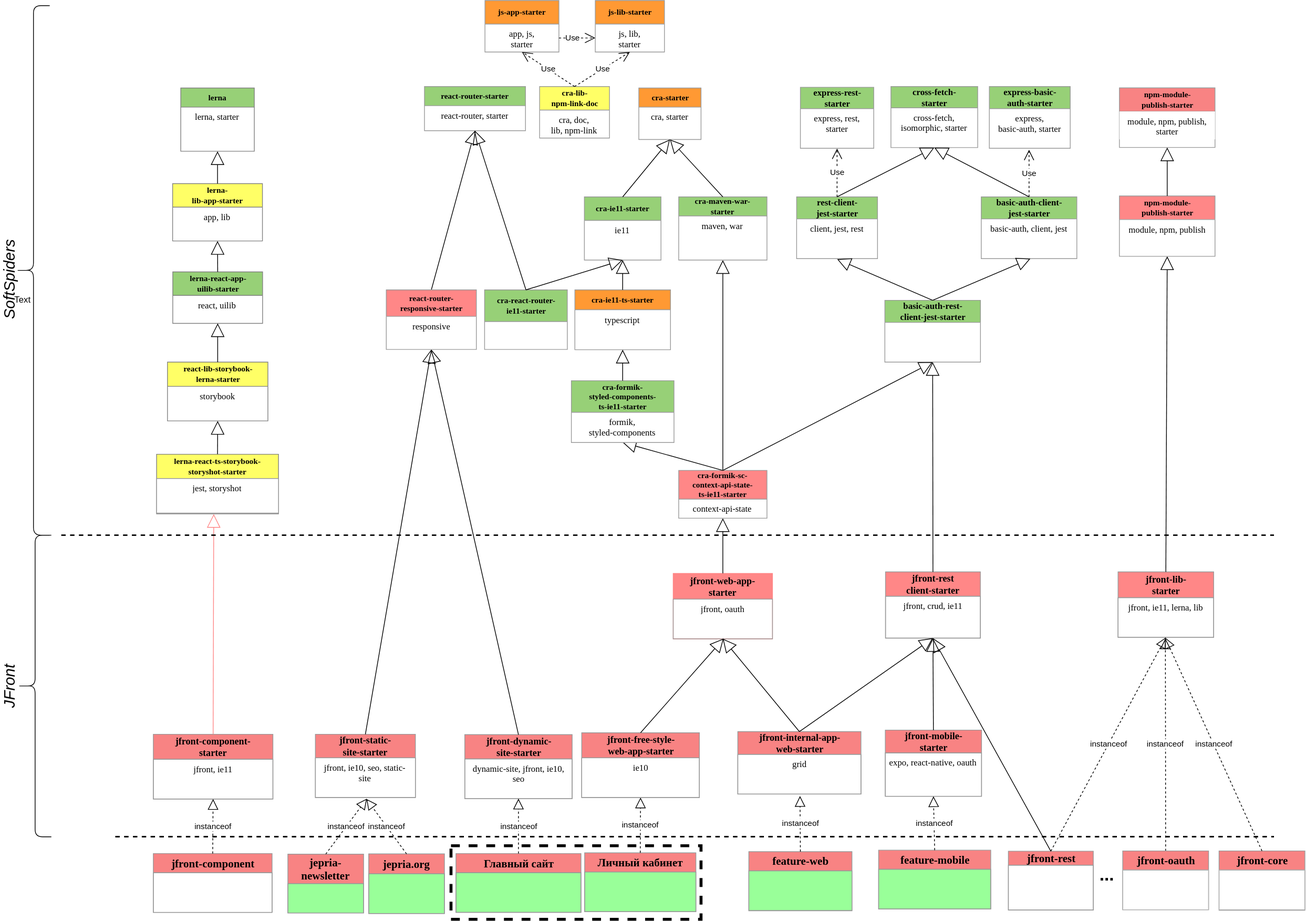
Earlier version of the draw.io export jfront/images/jfront-plan.svg (Jepria/doc). Source tidied: cells renumbered, new cells last; positions are measured from the earlier drawing's top-left corner, leaving out a move shared by most shapes.
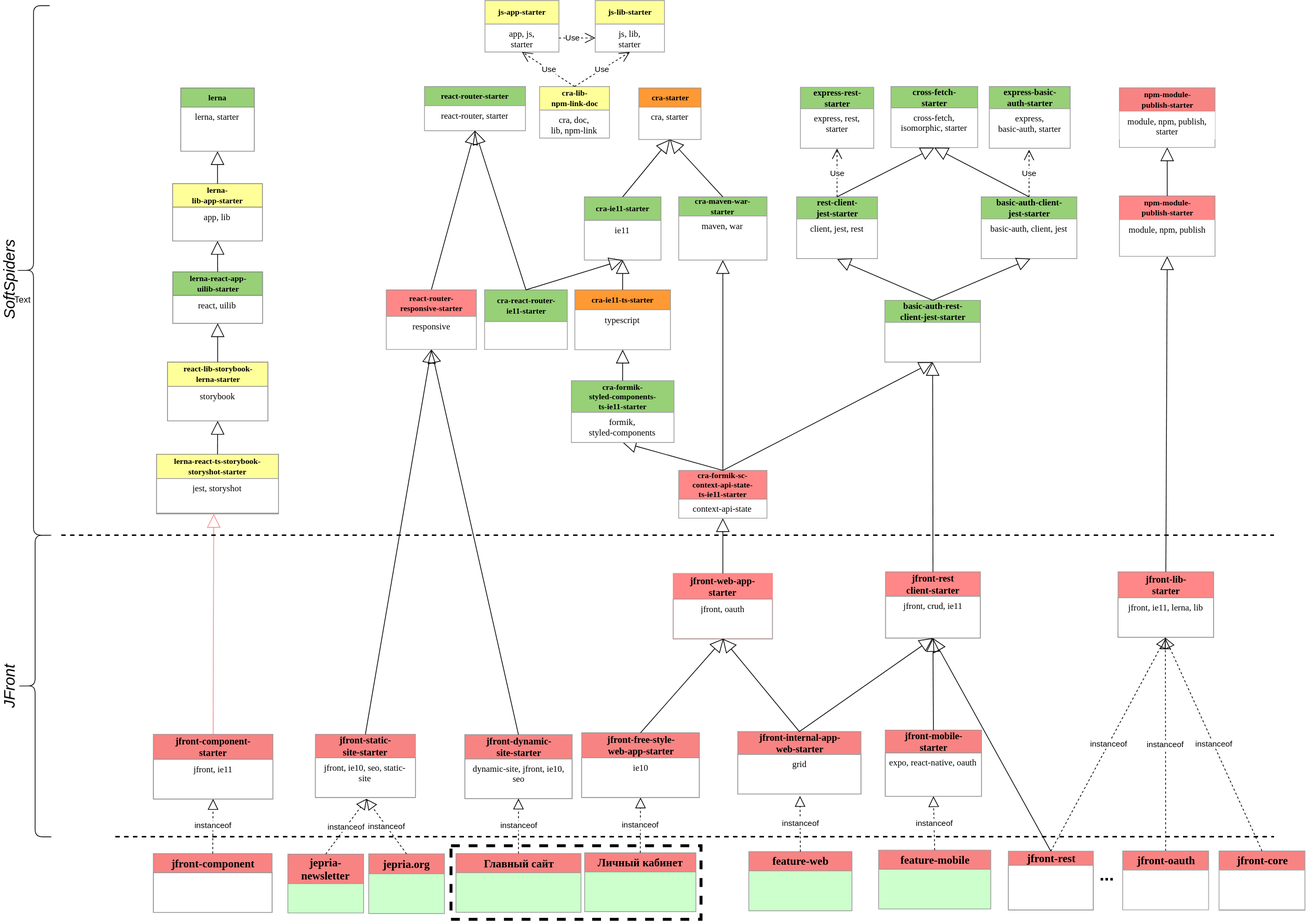
The same file after the commit.

Commit message:
doc: update colors in diagram

Diff of the diagram source:
```diff
@@ -11,24 +11,18 @@
     <mxCell id="4" value="&lt;div&gt;&lt;span&gt;&lt;font face=&quot;verdana&quot;&gt;jfront, ie10, seo, static-site&lt;/font&gt;&lt;/span&gt;&lt;/div&gt;" style="text;html=1;strokeColor=#999999;fillColor=none;align=center;verticalAlign=top;spacingLeft=4;spacingRight=4;whiteSpace=wrap;overflow=hidden;points=[[0,0.5],[1,0.5]];portConstraint=eastwest;" parent="3" vertex="1">
       <mxGeometry y="32" width="136" height="54" as="geometry" />
     </mxCell>
-    <mxCell id="5" value="&lt;b&gt;&lt;font style=&quot;font-size: 15px&quot;&gt;Главный сайт&lt;/font&gt;&lt;/b&gt;" style="swimlane;html=1;fontStyle=0;horizontal=1;startSize=26;fillColor=#F88383;swimlaneFillColor=#99FF99;rounded=0;shadow=0;comic=0;labelBackgroundColor=none;strokeWidth=1;fontFamily=Verdana;fontSize=10;align=center;strokeColor=#999999;" parent="1" vertex="1">
+    <mxCell id="5" value="&lt;b&gt;&lt;font style=&quot;font-size: 15px&quot;&gt;Главный сайт&lt;/font&gt;&lt;/b&gt;" style="swimlane;html=1;fontStyle=0;horizontal=1;startSize=26;fillColor=#F88383;swimlaneFillColor=#CCFFCC;rounded=0;shadow=0;comic=0;labelBackgroundColor=none;strokeWidth=1;fontFamily=Verdana;fontSize=10;align=center;strokeColor=#999999;" parent="1" vertex="1">
       <mxGeometry x="721.6" y="1159.9" width="170" height="80" as="geometry" />
     </mxCell>
-    <mxCell id="6" style="text;html=1;strokeColor=#999999;fillColor=none;align=center;verticalAlign=top;spacingLeft=4;spacingRight=4;whiteSpace=wrap;overflow=hidden;" parent="5" vertex="1">
-      <mxGeometry y="26" width="170" height="54" as="geometry" />
-    </mxCell>
     <mxCell id="7" value="&lt;b&gt;&lt;font style=&quot;font-size: 13px&quot;&gt;jfront-web-app-&lt;br&gt;starter&lt;/font&gt;&lt;/b&gt;" style="swimlane;html=1;fontStyle=0;horizontal=1;startSize=35;fillColor=#FF8787;swimlaneFillColor=#ffffff;rounded=0;shadow=0;comic=0;labelBackgroundColor=none;strokeWidth=1;fontFamily=Verdana;fontSize=10;align=center;strokeColor=#FF8787;" parent="1" vertex="1">
       <mxGeometry x="1017" y="779" width="135" height="89" as="geometry" />
     </mxCell>
     <mxCell id="8" value="&lt;div&gt;&lt;span&gt;&lt;font face=&quot;verdana&quot;&gt;jfront, oauth&lt;/font&gt;&lt;/span&gt;&lt;/div&gt;" style="text;html=1;strokeColor=#999999;fillColor=none;align=center;verticalAlign=top;spacingLeft=4;spacingRight=4;whiteSpace=wrap;overflow=hidden;points=[[0,0.5],[1,0.5]];portConstraint=eastwest;" parent="7" vertex="1">
       <mxGeometry y="35" width="135" height="54" as="geometry" />
     </mxCell>
-    <mxCell id="9" value="&lt;b&gt;&lt;font style=&quot;font-size: 15px&quot;&gt;feature-web&lt;/font&gt;&lt;/b&gt;" style="swimlane;html=1;fontStyle=0;horizontal=1;startSize=26;fillColor=#F88383;swimlaneFillColor=#99FF99;rounded=0;shadow=0;comic=0;labelBackgroundColor=none;strokeWidth=1;fontFamily=Verdana;fontSize=10;align=center;strokeColor=#999999;" parent="1" vertex="1">
+    <mxCell id="9" value="&lt;b&gt;&lt;font style=&quot;font-size: 15px&quot;&gt;feature-web&lt;/font&gt;&lt;/b&gt;" style="swimlane;html=1;fontStyle=0;horizontal=1;startSize=26;fillColor=#F88383;swimlaneFillColor=#CCFFCC;rounded=0;shadow=0;comic=0;labelBackgroundColor=none;strokeWidth=1;fontFamily=Verdana;fontSize=10;align=center;strokeColor=#999999;" parent="1" vertex="1">
       <mxGeometry x="1119.8" y="1157.4" width="140.2" height="80.3" as="geometry" />
     </mxCell>
-    <mxCell id="10" style="text;html=1;strokeColor=#999999;fillColor=none;align=center;verticalAlign=top;spacingLeft=4;spacingRight=4;whiteSpace=wrap;overflow=hidden;" parent="9" vertex="1">
-      <mxGeometry y="26" width="140.2" height="54" as="geometry" />
-    </mxCell>
     <mxCell id="11" value="instanceof" style="endArrow=block;dashed=1;endFill=0;endSize=12;html=1;exitX=0.5;exitY=0;exitDx=0;exitDy=0;entryX=0.505;entryY=1.049;entryDx=0;entryDy=0;entryPerimeter=0;" parent="1" edge="1" source="9" target="56">
       <mxGeometry relative="1" as="geometry" />
     </mxCell>
@@ -38,12 +32,9 @@
     <mxCell id="13" style="text;html=1;strokeColor=#999999;fillColor=none;align=center;verticalAlign=top;spacingLeft=4;spacingRight=4;whiteSpace=wrap;overflow=hidden;" parent="12" vertex="1">
       <mxGeometry y="19" width="115.5" height="61" as="geometry" />
     </mxCell>
-    <mxCell id="14" value="&lt;span style=&quot;font-size: 15px&quot;&gt;&lt;b&gt;Личный кабинет&lt;/b&gt;&lt;/span&gt;" style="swimlane;html=1;fontStyle=0;horizontal=1;startSize=26;fillColor=#F88383;swimlaneFillColor=#99FF99;rounded=0;shadow=0;comic=0;labelBackgroundColor=none;strokeWidth=1;fontFamily=Verdana;fontSize=10;align=center;strokeColor=#999999;" parent="1" vertex="1">
+    <mxCell id="14" value="&lt;span style=&quot;font-size: 15px&quot;&gt;&lt;b&gt;Личный кабинет&lt;/b&gt;&lt;/span&gt;" style="swimlane;html=1;fontStyle=0;horizontal=1;startSize=26;fillColor=#F88383;swimlaneFillColor=#CCFFCC;rounded=0;shadow=0;comic=0;labelBackgroundColor=none;strokeWidth=1;fontFamily=Verdana;fontSize=10;align=center;strokeColor=#999999;" parent="1" vertex="1">
       <mxGeometry x="896.6" y="1159" width="151.2" height="80" as="geometry" />
     </mxCell>
-    <mxCell id="15" style="text;html=1;strokeColor=#999999;fillColor=none;align=center;verticalAlign=top;spacingLeft=4;spacingRight=4;whiteSpace=wrap;overflow=hidden;" parent="14" vertex="1">
-      <mxGeometry y="26" width="151.2" height="54" as="geometry" />
-    </mxCell>
     <mxCell id="16" value="&lt;b&gt;&lt;font style=&quot;font-size: 13px&quot;&gt;jfront-dynamic-&lt;br&gt;site-starter&lt;/font&gt;&lt;/b&gt;" style="swimlane;html=1;fontStyle=0;horizontal=1;startSize=33;fillColor=#F88383;swimlaneFillColor=#ffffff;rounded=0;shadow=0;comic=0;labelBackgroundColor=none;strokeWidth=1;fontFamily=Verdana;fontSize=10;align=center;strokeColor=#999999;" parent="1" vertex="1">
       <mxGeometry x="733.6" y="998.3" width="146" height="87" as="geometry" />
     </mxCell>
@@ -134,18 +125,12 @@
     <mxCell id="45" value="&lt;div&gt;&lt;span&gt;&lt;font face=&quot;verdana&quot;&gt;expo, react-native, oauth&lt;/font&gt;&lt;/span&gt;&lt;/div&gt;" style="text;html=1;strokeColor=#999999;fillColor=none;align=center;verticalAlign=top;spacingLeft=4;spacingRight=4;whiteSpace=wrap;overflow=hidden;" parent="44" vertex="1">
       <mxGeometry y="31" width="130.9" height="59" as="geometry" />
     </mxCell>
-    <mxCell id="46" value="&lt;b&gt;&lt;font style=&quot;font-size: 15px&quot;&gt;feature-mobile&lt;/font&gt;&lt;/b&gt;" style="swimlane;html=1;fontStyle=0;horizontal=1;startSize=26;fillColor=#F88383;swimlaneFillColor=#99FF99;rounded=0;shadow=0;comic=0;labelBackgroundColor=none;strokeWidth=1;fontFamily=Verdana;fontSize=10;align=center;strokeColor=#999999;" parent="1" vertex="1">
+    <mxCell id="46" value="&lt;b&gt;&lt;font style=&quot;font-size: 15px&quot;&gt;feature-mobile&lt;/font&gt;&lt;/b&gt;" style="swimlane;html=1;fontStyle=0;horizontal=1;startSize=26;fillColor=#F88383;swimlaneFillColor=#CCFFCC;rounded=0;shadow=0;comic=0;labelBackgroundColor=none;strokeWidth=1;fontFamily=Verdana;fontSize=10;align=center;strokeColor=#999999;" parent="1" vertex="1">
       <mxGeometry x="1296.3" y="1155.3" width="152.5" height="80" as="geometry" />
     </mxCell>
-    <mxCell id="47" style="text;html=1;strokeColor=#999999;fillColor=none;align=center;verticalAlign=top;spacingLeft=4;spacingRight=4;whiteSpace=wrap;overflow=hidden;" parent="46" vertex="1">
-      <mxGeometry y="26" width="152.5" height="54" as="geometry" />
-    </mxCell>
-    <mxCell id="48" value="&lt;b&gt;&lt;font style=&quot;font-size: 15px&quot;&gt;jepria-&lt;br&gt;newsletter&lt;/font&gt;&lt;/b&gt;" style="swimlane;html=1;fontStyle=0;horizontal=1;startSize=40;fillColor=#F88383;swimlaneFillColor=#99FF99;rounded=0;shadow=0;comic=0;labelBackgroundColor=none;strokeWidth=1;fontFamily=Verdana;fontSize=10;align=center;strokeColor=#999999;" parent="1" vertex="1">
+    <mxCell id="48" value="&lt;b&gt;&lt;font style=&quot;font-size: 15px&quot;&gt;jepria-&lt;br&gt;newsletter&lt;/font&gt;&lt;/b&gt;" style="swimlane;html=1;fontStyle=0;horizontal=1;startSize=40;fillColor=#F88383;swimlaneFillColor=#CCFFCC;rounded=0;shadow=0;comic=0;labelBackgroundColor=none;strokeWidth=1;fontFamily=Verdana;fontSize=10;align=center;strokeColor=#999999;" parent="1" vertex="1">
       <mxGeometry x="493" y="1160.7" width="103" height="80" as="geometry" />
     </mxCell>
-    <mxCell id="49" style="text;html=1;strokeColor=#999999;fillColor=none;align=center;verticalAlign=top;spacingLeft=4;spacingRight=4;whiteSpace=wrap;overflow=hidden;" parent="48" vertex="1">
-      <mxGeometry y="40" width="103" height="40" as="geometry" />
-    </mxCell>
     <mxCell id="50" value="instanceof" style="endArrow=block;dashed=1;endFill=0;endSize=12;html=1;exitX=0.5;exitY=0;exitDx=0;exitDy=0;entryX=0.515;entryY=1.029;entryDx=0;entryDy=0;entryPerimeter=0;" parent="1" edge="1" source="48" target="4">
       <mxGeometry relative="1" as="geometry" />
     </mxCell>
@@ -209,12 +194,9 @@
     <mxCell id="70" value="Use" style="endArrow=open;endSize=12;dashed=1;html=1;entryX=0.5;entryY=1.007;entryDx=0;entryDy=0;entryPerimeter=0;exitX=0.5;exitY=0;exitDx=0;exitDy=0;" parent="1" edge="1" source="20" target="69">
       <mxGeometry relative="1" as="geometry" />
     </mxCell>
-    <mxCell id="71" value="&lt;b&gt;&lt;font style=&quot;font-size: 15px&quot;&gt;jepria.org&lt;br&gt;&lt;/font&gt;&lt;/b&gt;" style="swimlane;html=1;fontStyle=0;horizontal=1;startSize=27;fillColor=#F88383;swimlaneFillColor=#99FF99;rounded=0;shadow=0;comic=0;labelBackgroundColor=none;strokeWidth=1;fontFamily=Verdana;fontSize=10;align=center;strokeColor=#999999;" parent="1" vertex="1">
+    <mxCell id="71" value="&lt;b&gt;&lt;font style=&quot;font-size: 15px&quot;&gt;jepria.org&lt;br&gt;&lt;/font&gt;&lt;/b&gt;" style="swimlane;html=1;fontStyle=0;horizontal=1;startSize=27;fillColor=#F88383;swimlaneFillColor=#CCFFCC;rounded=0;shadow=0;comic=0;labelBackgroundColor=none;strokeWidth=1;fontFamily=Verdana;fontSize=10;align=center;strokeColor=#999999;" parent="1" vertex="1">
       <mxGeometry x="602.9" y="1160.4" width="103" height="81" as="geometry" />
     </mxCell>
-    <mxCell id="72" style="text;html=1;strokeColor=#999999;fillColor=none;align=center;verticalAlign=top;spacingLeft=4;spacingRight=4;whiteSpace=wrap;overflow=hidden;" parent="71" vertex="1">
-      <mxGeometry y="27" width="103" height="54" as="geometry" />
-    </mxCell>
     <mxCell id="73" value="instanceof" style="endArrow=block;dashed=1;endFill=0;endSize=12;html=1;exitX=0.5;exitY=0;exitDx=0;exitDy=0;entryX=0.511;entryY=1.037;entryDx=0;entryDy=0;entryPerimeter=0;" parent="1" edge="1" source="71" target="4">
       <mxGeometry relative="1" as="geometry" />
     </mxCell>
@@ -284,13 +266,13 @@
     <mxCell id="94" style="endArrow=block;endSize=16;endFill=0;html=1;exitX=0.5;exitY=0;exitDx=0;exitDy=0;entryX=0.5;entryY=1;entryDx=0;entryDy=0;" parent="1" edge="1" source="92" target="90">
       <mxGeometry relative="1" as="geometry" />
     </mxCell>
-    <mxCell id="95" value="&lt;font&gt;&lt;span style=&quot;font-size: 11px&quot;&gt;&lt;b&gt;cra-lib-&lt;br&gt;npm-link-doc&lt;/b&gt;&lt;/span&gt;&lt;br&gt;&lt;/font&gt;" style="swimlane;html=1;fontStyle=0;horizontal=1;startSize=32;swimlaneFillColor=#ffffff;rounded=0;shadow=0;comic=0;labelBackgroundColor=none;strokeWidth=1;fontFamily=Verdana;fontSize=10;align=center;fillColor=#FFFF66;strokeColor=#999999;" parent="1" vertex="1">
+    <mxCell id="95" value="&lt;font&gt;&lt;span style=&quot;font-size: 11px&quot;&gt;&lt;b&gt;cra-lib-&lt;br&gt;npm-link-doc&lt;/b&gt;&lt;/span&gt;&lt;br&gt;&lt;/font&gt;" style="swimlane;html=1;fontStyle=0;horizontal=1;startSize=32;swimlaneFillColor=#ffffff;rounded=0;shadow=0;comic=0;labelBackgroundColor=none;strokeWidth=1;fontFamily=Verdana;fontSize=10;align=center;fillColor=#FFFF99;strokeColor=#999999;" parent="1" vertex="1">
       <mxGeometry x="835.3" y="117" width="95" height="70" as="geometry" />
     </mxCell>
     <mxCell id="96" value="&lt;font face=&quot;verdana&quot;&gt;cra, doc,&lt;br&gt;lib, npm-link&lt;/font&gt;" style="text;html=1;align=center;verticalAlign=top;spacingLeft=4;spacingRight=4;whiteSpace=wrap;overflow=hidden;" parent="95" vertex="1">
       <mxGeometry y="32" width="95" height="36" as="geometry" />
     </mxCell>
-    <mxCell id="97" value="&lt;font&gt;&lt;span style=&quot;font-size: 11px&quot;&gt;&lt;b&gt;lerna-react-ts-storybook-&lt;br&gt;storyshot-starter&lt;/b&gt;&lt;/span&gt;&lt;br&gt;&lt;/font&gt;" style="swimlane;html=1;fontStyle=0;horizontal=1;startSize=33;swimlaneFillColor=#ffffff;rounded=0;shadow=0;comic=0;labelBackgroundColor=none;strokeWidth=1;fontFamily=Verdana;fontSize=10;align=center;fillColor=#FFFF66;strokeColor=#808080;" parent="1" vertex="1">
+    <mxCell id="97" value="&lt;font&gt;&lt;span style=&quot;font-size: 11px&quot;&gt;&lt;b&gt;lerna-react-ts-storybook-&lt;br&gt;storyshot-starter&lt;/b&gt;&lt;/span&gt;&lt;br&gt;&lt;/font&gt;" style="swimlane;html=1;fontStyle=0;horizontal=1;startSize=33;swimlaneFillColor=#ffffff;rounded=0;shadow=0;comic=0;labelBackgroundColor=none;strokeWidth=1;fontFamily=Verdana;fontSize=10;align=center;fillColor=#FFFF99;strokeColor=#808080;" parent="1" vertex="1">
       <mxGeometry x="314.5" y="617" width="165.7" height="81" as="geometry" />
     </mxCell>
     <mxCell id="98" value="&lt;span style=&quot;font-family: &amp;#34;verdana&amp;#34;&quot;&gt;jest, storyshot&lt;/span&gt;" style="text;html=1;align=center;verticalAlign=top;spacingLeft=4;spacingRight=4;whiteSpace=wrap;overflow=hidden;points=[[0,0.5],[1,0.5]];portConstraint=eastwest;fillColor=#ffffff;strokeColor=#999999;" parent="97" vertex="1">
@@ -344,7 +326,7 @@
     <mxCell id="113" value="&lt;span style=&quot;font-family: &amp;#34;verdana&amp;#34;&quot;&gt;responsive&lt;/span&gt;" style="text;html=1;align=center;verticalAlign=top;spacingLeft=4;spacingRight=4;whiteSpace=wrap;overflow=hidden;" parent="112" vertex="1">
       <mxGeometry y="36" width="122.5" height="37" as="geometry" />
     </mxCell>
-    <mxCell id="114" value="&lt;b&gt;&lt;span style=&quot;font-size: 11px&quot;&gt;lerna-&lt;br&gt;lib-app-starter&lt;/span&gt;&lt;/b&gt;&lt;b&gt;&lt;font style=&quot;font-size: 12px&quot;&gt;&lt;br&gt;&lt;/font&gt;&lt;/b&gt;" style="swimlane;html=1;fontStyle=0;horizontal=1;startSize=32;swimlaneFillColor=#ffffff;rounded=0;shadow=0;comic=0;labelBackgroundColor=none;strokeWidth=1;fontFamily=Verdana;fontSize=10;align=center;fillColor=#FFFF66;strokeColor=#808080;" parent="1" vertex="1">
+    <mxCell id="114" value="&lt;b&gt;&lt;span style=&quot;font-size: 11px&quot;&gt;lerna-&lt;br&gt;lib-app-starter&lt;/span&gt;&lt;/b&gt;&lt;b&gt;&lt;font style=&quot;font-size: 12px&quot;&gt;&lt;br&gt;&lt;/font&gt;&lt;/b&gt;" style="swimlane;html=1;fontStyle=0;horizontal=1;startSize=32;swimlaneFillColor=#ffffff;rounded=0;shadow=0;comic=0;labelBackgroundColor=none;strokeWidth=1;fontFamily=Verdana;fontSize=10;align=center;fillColor=#FFFF99;strokeColor=#808080;" parent="1" vertex="1">
       <mxGeometry x="336.2" y="249" width="122.1" height="78" as="geometry" />
     </mxCell>
     <mxCell id="115" value="&lt;span style=&quot;font-family: &amp;#34;verdana&amp;#34;&quot;&gt;app, lib&lt;/span&gt;" style="text;html=1;align=center;verticalAlign=top;spacingLeft=4;spacingRight=4;whiteSpace=wrap;overflow=hidden;" parent="114" vertex="1">
@@ -368,7 +350,7 @@
     <mxCell id="121" style="endArrow=block;endSize=16;endFill=0;html=1;entryX=0.5;entryY=1;entryDx=0;entryDy=0;exitX=0.5;exitY=0;exitDx=0;exitDy=0;" parent="1" edge="1" source="7" target="126">
       <mxGeometry relative="1" as="geometry" />
     </mxCell>
-    <mxCell id="122" value="&lt;b&gt;&lt;span style=&quot;font-size: 11px&quot;&gt;react-lib-storybook-&lt;br&gt;&lt;/span&gt;&lt;/b&gt;&lt;b&gt;&lt;span style=&quot;font-size: 11px&quot;&gt;lerna&lt;/span&gt;&lt;/b&gt;&lt;b&gt;&lt;span style=&quot;font-size: 11px&quot;&gt;-starter&lt;/span&gt;&lt;/b&gt;&lt;b&gt;&lt;font style=&quot;font-size: 12px&quot;&gt;&lt;br&gt;&lt;/font&gt;&lt;/b&gt;" style="swimlane;html=1;fontStyle=0;horizontal=1;startSize=33;swimlaneFillColor=#ffffff;rounded=0;shadow=0;comic=0;labelBackgroundColor=none;strokeWidth=1;fontFamily=Verdana;fontSize=10;align=center;fillColor=#FFFF66;strokeColor=#808080;" parent="1" vertex="1">
+    <mxCell id="122" value="&lt;b&gt;&lt;span style=&quot;font-size: 11px&quot;&gt;react-lib-storybook-&lt;br&gt;&lt;/span&gt;&lt;/b&gt;&lt;b&gt;&lt;span style=&quot;font-size: 11px&quot;&gt;lerna&lt;/span&gt;&lt;/b&gt;&lt;b&gt;&lt;span style=&quot;font-size: 11px&quot;&gt;-starter&lt;/span&gt;&lt;/b&gt;&lt;b&gt;&lt;font style=&quot;font-size: 12px&quot;&gt;&lt;br&gt;&lt;/font&gt;&lt;/b&gt;" style="swimlane;html=1;fontStyle=0;horizontal=1;startSize=33;swimlaneFillColor=#ffffff;rounded=0;shadow=0;comic=0;labelBackgroundColor=none;strokeWidth=1;fontFamily=Verdana;fontSize=10;align=center;fillColor=#FFFF99;strokeColor=#808080;" parent="1" vertex="1">
       <mxGeometry x="329.2" y="491.7" width="136.6" height="80" as="geometry" />
     </mxCell>
     <mxCell id="123" value="&lt;span style=&quot;font-family: &amp;#34;verdana&amp;#34;&quot;&gt;storybook&lt;/span&gt;" style="text;html=1;align=center;verticalAlign=top;spacingLeft=4;spacingRight=4;whiteSpace=wrap;overflow=hidden;" parent="122" vertex="1">
@@ -401,13 +383,13 @@
     <mxCell id="132" style="endArrow=block;endSize=16;endFill=0;html=1;exitX=0.5;exitY=0;exitDx=0;exitDy=0;entryX=0.5;entryY=1;entryDx=0;entryDy=0;" parent="1" edge="1" source="130" target="109">
       <mxGeometry relative="1" as="geometry" />
     </mxCell>
-    <mxCell id="133" value="&lt;b&gt;&lt;font&gt;&lt;span style=&quot;font-size: 11px&quot;&gt;js-app-starter&lt;/span&gt;&lt;br&gt;&lt;/font&gt;&lt;/b&gt;" style="swimlane;html=1;fontStyle=0;horizontal=1;startSize=32;swimlaneFillColor=#ffffff;rounded=0;shadow=0;comic=0;labelBackgroundColor=none;strokeWidth=1;fontFamily=Verdana;fontSize=10;align=center;fillColor=#FF9933;strokeColor=#999999;" parent="1" vertex="1">
+    <mxCell id="133" value="&lt;b&gt;&lt;font&gt;&lt;span style=&quot;font-size: 11px&quot;&gt;js-app-starter&lt;/span&gt;&lt;br&gt;&lt;/font&gt;&lt;/b&gt;" style="swimlane;html=1;fontStyle=0;horizontal=1;startSize=32;swimlaneFillColor=#ffffff;rounded=0;shadow=0;comic=0;labelBackgroundColor=none;strokeWidth=1;fontFamily=Verdana;fontSize=10;align=center;fillColor=#FFFF99;strokeColor=#999999;" parent="1" vertex="1">
       <mxGeometry x="761" width="100.6" height="70" as="geometry" />
     </mxCell>
     <mxCell id="134" value="&lt;font face=&quot;verdana&quot;&gt;app, js,&lt;br&gt;starter&lt;br&gt;&lt;/font&gt;" style="text;html=1;align=center;verticalAlign=top;spacingLeft=4;spacingRight=4;whiteSpace=wrap;overflow=hidden;points=[[0,0.5],[1,0.5]];portConstraint=eastwest;" parent="133" vertex="1">
       <mxGeometry y="32" width="100.6" height="38" as="geometry" />
     </mxCell>
-    <mxCell id="135" value="&lt;b&gt;&lt;font&gt;&lt;span style=&quot;font-size: 11px&quot;&gt;js-lib-starter&lt;/span&gt;&lt;br&gt;&lt;/font&gt;&lt;/b&gt;" style="swimlane;html=1;fontStyle=0;horizontal=1;startSize=32;swimlaneFillColor=#ffffff;rounded=0;shadow=0;comic=0;labelBackgroundColor=none;strokeWidth=1;fontFamily=Verdana;fontSize=10;align=center;fillColor=#FF9933;strokeColor=#999999;" parent="1" vertex="1">
+    <mxCell id="135" value="&lt;b&gt;&lt;font&gt;&lt;span style=&quot;font-size: 11px&quot;&gt;js-lib-starter&lt;/span&gt;&lt;br&gt;&lt;/font&gt;&lt;/b&gt;" style="swimlane;html=1;fontStyle=0;horizontal=1;startSize=32;swimlaneFillColor=#ffffff;rounded=0;shadow=0;comic=0;labelBackgroundColor=none;strokeWidth=1;fontFamily=Verdana;fontSize=10;align=center;fillColor=#FFFF99;strokeColor=#999999;" parent="1" vertex="1">
       <mxGeometry x="911" width="94.1" height="70" as="geometry" />
     </mxCell>
     <mxCell id="136" value="&lt;font face=&quot;verdana&quot;&gt;js, lib,&lt;br&gt;starter&lt;br&gt;&lt;/font&gt;" style="text;html=1;align=center;verticalAlign=top;spacingLeft=4;spacingRight=4;whiteSpace=wrap;overflow=hidden;points=[[0,0.5],[1,0.5]];portConstraint=eastwest;" parent="135" vertex="1">
```
